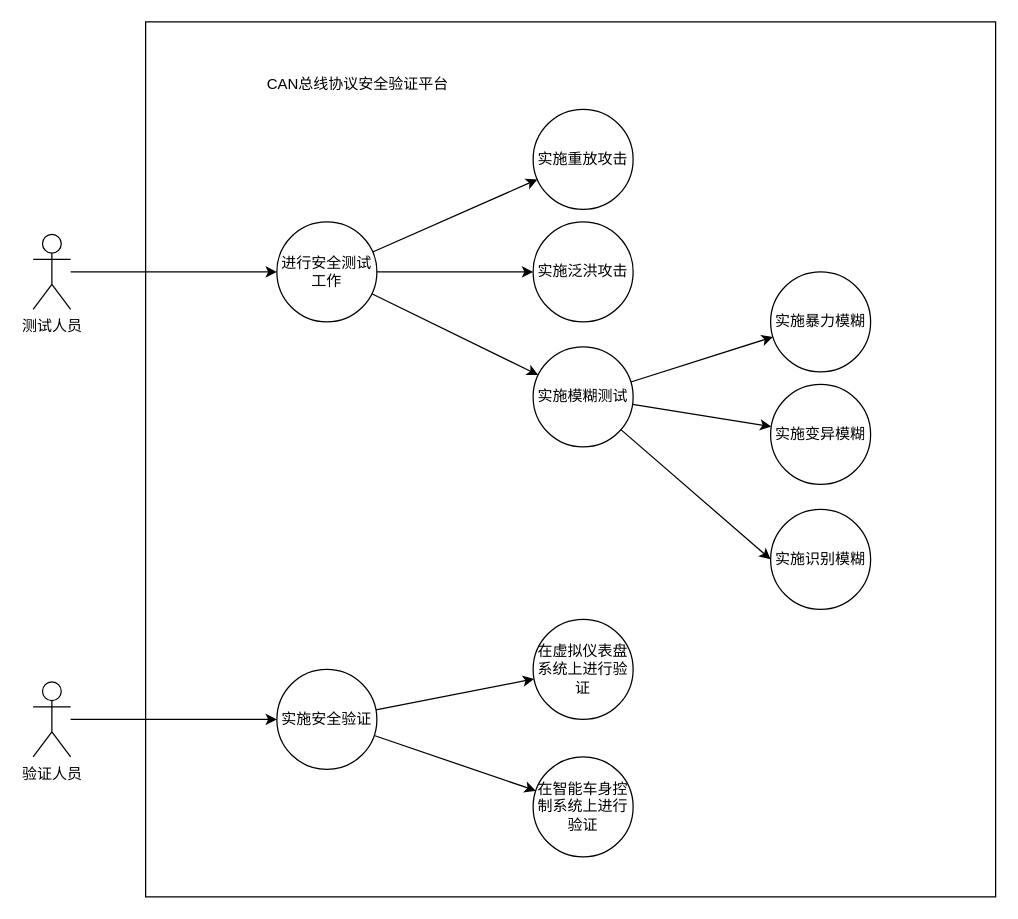
Above: 安全验证平台.drawio in zxkic/ICSim_Successor (draw.io), before the change. Source tidied: cells renumbered, new cells numbered last; positions are measured from the earlier drawing's top-left corner, leaving out a move shared by most shapes. Both pictures are drawn from the tidied source at 125%, with x=0, y=0 at pixel (32, 21).
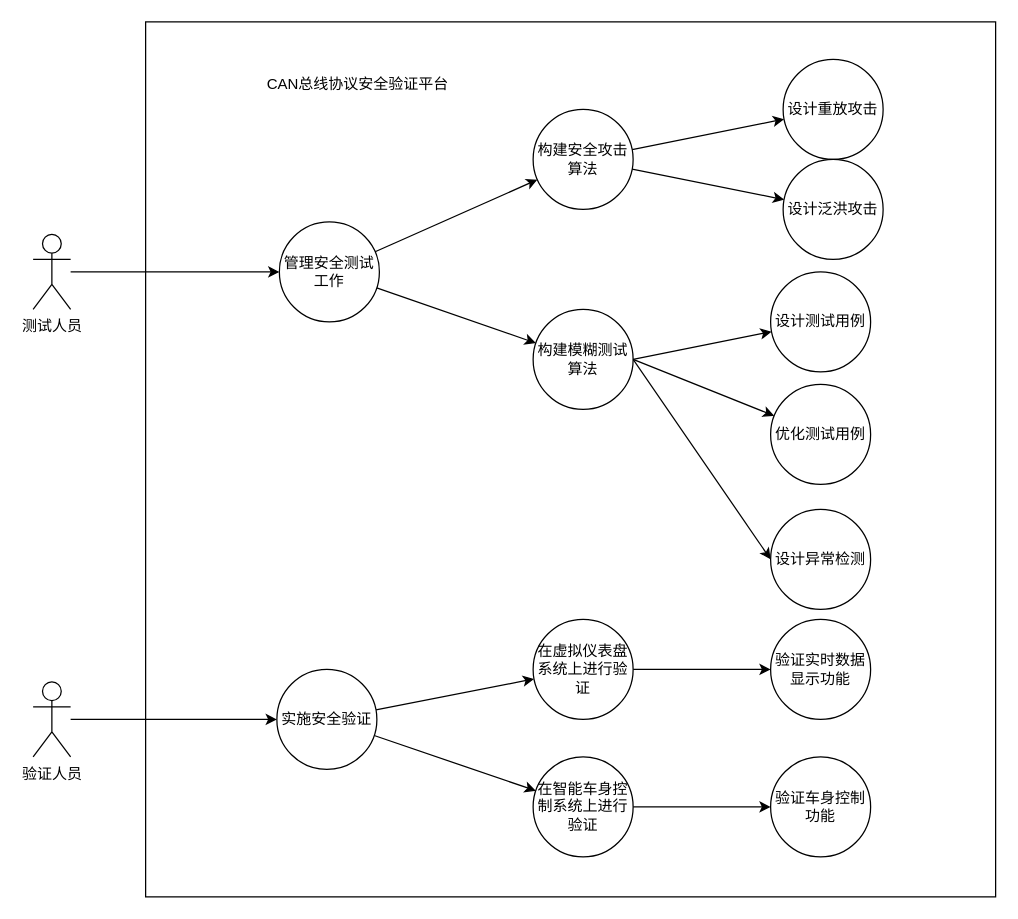
After the change.

Commit message (it also covers changes not shown here):
更新安全验证平台.drawio

Unchanged cells that the change refers to:
```xml
<mxCell id="18" value="在虚拟仪表盘系统上进行验证" style="ellipse;whiteSpace=wrap;html=1;direction=south;" parent="1" vertex="1">
  <mxGeometry x="400" y="478" width="80" height="80" as="geometry" />
</mxCell>
<mxCell id="19" value="&lt;div style=&quot;&quot;&gt;&lt;span style=&quot;background-color: initial;&quot;&gt;在智能车身控制系统上进行验证&lt;/span&gt;&lt;/div&gt;" style="ellipse;whiteSpace=wrap;html=1;verticalAlign=middle;align=center;" parent="1" vertex="1">
  <mxGeometry x="400" y="588" width="80" height="80" as="geometry" />
</mxCell>
```

The edit, as a diff of the source:
```diff
@@
-    <mxCell id="6" style="edgeStyle=orthogonalEdgeStyle;rounded=0;jettySize=auto;html=1;" parent="1" edge="1" source="8" target="10">
+    <mxCell id="6" style="rounded=0;jettySize=auto;html=1;" parent="1" edge="1" source="8" target="10">
       <mxGeometry relative="1" as="geometry" />
     </mxCell>
-    <mxCell id="7" style="rounded=0;jettySize=auto;html=1;" parent="1" edge="1" source="8" target="14">
-      <mxGeometry relative="1" as="geometry" />
-    </mxCell>
-    <mxCell id="8" value="&lt;div style=&quot;&quot;&gt;进行安全测试工作&lt;/div&gt;" style="ellipse;whiteSpace=wrap;html=1;verticalAlign=middle;align=center;" parent="1" vertex="1">
-      <mxGeometry x="195" y="160" width="80" height="80" as="geometry" />
+    <mxCell id="8" value="&lt;div style=&quot;&quot;&gt;管理安全测试工作&lt;/div&gt;" style="ellipse;whiteSpace=wrap;html=1;verticalAlign=middle;align=center;" parent="1" vertex="1">
+      <mxGeometry x="197" y="160" width="80" height="80" as="geometry" />
     </mxCell>
+    <mxCell id="26" style="rounded=0;jettySize=auto;html=1;" parent="1" edge="1" source="9" target="32">
+      <mxGeometry relative="1" as="geometry" />
+    </mxCell>
+    <mxCell id="27" style="rounded=0;jettySize=auto;html=1;" parent="1" edge="1" source="9" target="33">
+      <mxGeometry relative="1" as="geometry" />
+    </mxCell>
-    <mxCell id="9" value="实施重放攻击" style="ellipse;whiteSpace=wrap;html=1;align=center;" parent="1" vertex="1">
+    <mxCell id="9" value="构建安全攻击算法" style="ellipse;whiteSpace=wrap;html=1;align=center;" parent="1" vertex="1">
       <mxGeometry x="400" y="70" width="80" height="80" as="geometry" />
     </mxCell>
-    <mxCell id="10" value="实施泛洪攻击" style="ellipse;whiteSpace=wrap;html=1;" parent="1" vertex="1">
-      <mxGeometry x="400" y="160" width="80" height="80" as="geometry" />
+    <mxCell id="10" value="构建模糊测试算法" style="ellipse;whiteSpace=wrap;html=1;" parent="1" vertex="1">
+      <mxGeometry x="400" y="230" width="80" height="80" as="geometry" />
     </mxCell>
-    <mxCell id="11" style="rounded=0;jettySize=auto;html=1;" parent="1" edge="1" source="14" target="20">
+    <mxCell id="11" style="rounded=0;jettySize=auto;html=1;exitX=1;exitY=0.5;exitDx=0;exitDy=0;" parent="1" edge="1" source="10" target="20">
       <mxGeometry relative="1" as="geometry" />
     </mxCell>
-    <mxCell id="12" style="rounded=0;jettySize=auto;html=1;" parent="1" edge="1" source="14" target="21">
+    <mxCell id="12" style="rounded=0;jettySize=auto;html=1;exitX=1;exitY=0.5;exitDx=0;exitDy=0;" parent="1" edge="1" source="10" target="21">
       <mxGeometry relative="1" as="geometry" />
     </mxCell>
-    <mxCell id="13" style="rounded=0;jettySize=auto;html=1;entryX=0;entryY=0.5;entryDx=0;entryDy=0;" parent="1" edge="1" source="14" target="22">
+    <mxCell id="13" style="rounded=0;jettySize=auto;html=1;entryX=0;entryY=0.5;entryDx=0;entryDy=0;exitX=1;exitY=0.5;exitDx=0;exitDy=0;" parent="1" edge="1" source="10" target="22">
       <mxGeometry relative="1" as="geometry" />
     </mxCell>
-    <mxCell id="14" value="实施模糊测试" style="ellipse;whiteSpace=wrap;html=1;" parent="1" vertex="1">
-      <mxGeometry x="400" y="260" width="80" height="80" as="geometry" />
-    </mxCell>
@@
+    <mxCell id="28" style="edgeStyle=orthogonalEdgeStyle;rounded=0;jettySize=auto;html=1;" parent="1" edge="1" source="18" target="30">
+      <mxGeometry relative="1" as="geometry" />
+    </mxCell>
@@
+    <mxCell id="29" style="edgeStyle=orthogonalEdgeStyle;rounded=0;jettySize=auto;html=1;" parent="1" edge="1" source="19" target="31">
+      <mxGeometry relative="1" as="geometry" />
+    </mxCell>
@@
-    <mxCell id="20" value="实施暴力模糊" style="ellipse;whiteSpace=wrap;html=1;" parent="1" vertex="1">
+    <mxCell id="20" value="设计测试用例" style="ellipse;whiteSpace=wrap;html=1;" parent="1" vertex="1">
       <mxGeometry x="590" y="200" width="80" height="80" as="geometry" />
     </mxCell>
-    <mxCell id="21" value="实施变异模糊" style="ellipse;whiteSpace=wrap;html=1;" parent="1" vertex="1">
+    <mxCell id="21" value="优化测试用例" style="ellipse;whiteSpace=wrap;html=1;" parent="1" vertex="1">
       <mxGeometry x="590" y="290" width="80" height="80" as="geometry" />
     </mxCell>
-    <mxCell id="22" value="实施识别模糊" style="ellipse;whiteSpace=wrap;html=1;" parent="1" vertex="1">
+    <mxCell id="22" value="设计异常检测" style="ellipse;whiteSpace=wrap;html=1;" parent="1" vertex="1">
       <mxGeometry x="590" y="390" width="80" height="80" as="geometry" />
     </mxCell>
@@
+    <mxCell id="30" value="验证实时数据显示功能" style="ellipse;whiteSpace=wrap;html=1;" parent="1" vertex="1">
+      <mxGeometry x="590" y="478" width="80" height="80" as="geometry" />
+    </mxCell>
+    <mxCell id="31" value="验证车身控制功能" style="ellipse;whiteSpace=wrap;html=1;" parent="1" vertex="1">
+      <mxGeometry x="590" y="588" width="80" height="80" as="geometry" />
+    </mxCell>
+    <mxCell id="32" value="设计重放攻击" style="ellipse;whiteSpace=wrap;html=1;" parent="1" vertex="1">
+      <mxGeometry x="600" y="30" width="80" height="80" as="geometry" />
+    </mxCell>
+    <mxCell id="33" value="设计泛洪攻击" style="ellipse;whiteSpace=wrap;html=1;" parent="1" vertex="1">
+      <mxGeometry x="600" y="110" width="80" height="80" as="geometry" />
+    </mxCell>
```
